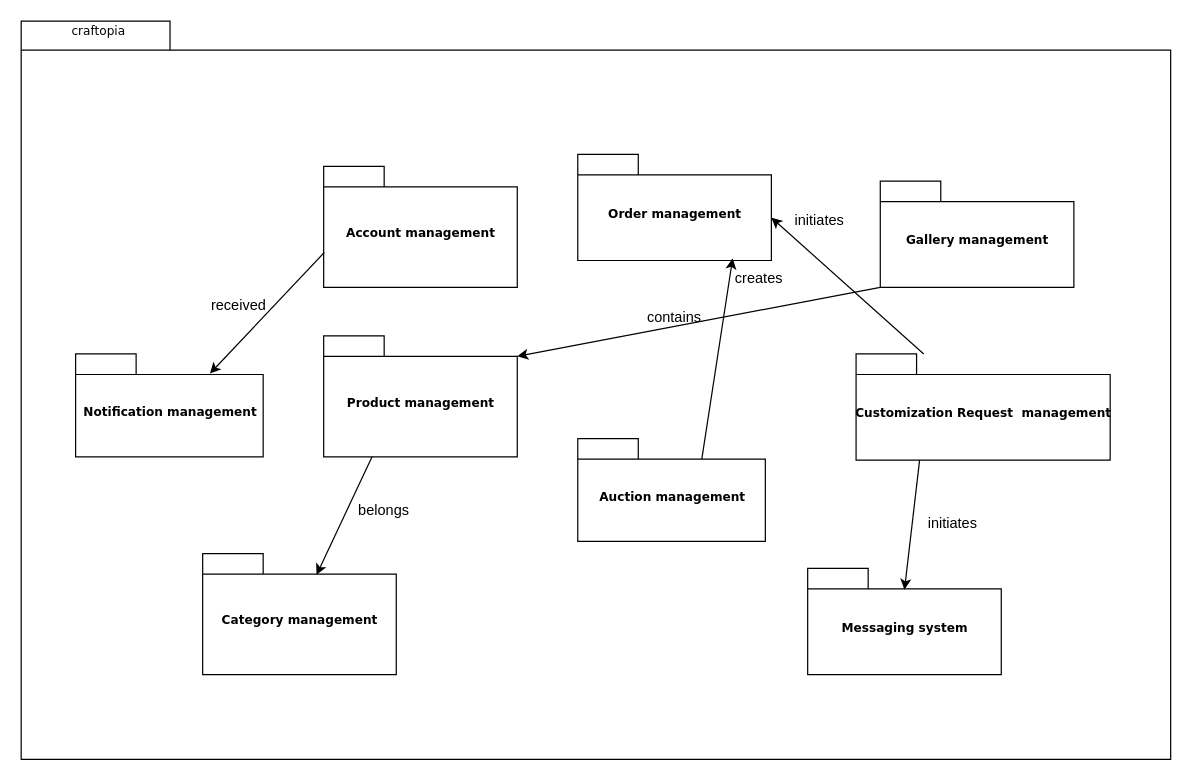
The draw.io diagram Decomposition/Controller.drawio in alibedair/Graduation-Project, before the edit. Source tidied: cells renumbered, new cells numbered last; positions are measured from the earlier drawing's top-left corner, leaving out a move shared by most shapes. Both pictures are drawn from the tidied source at 121%, with x=0, y=0 at pixel (21, 21).
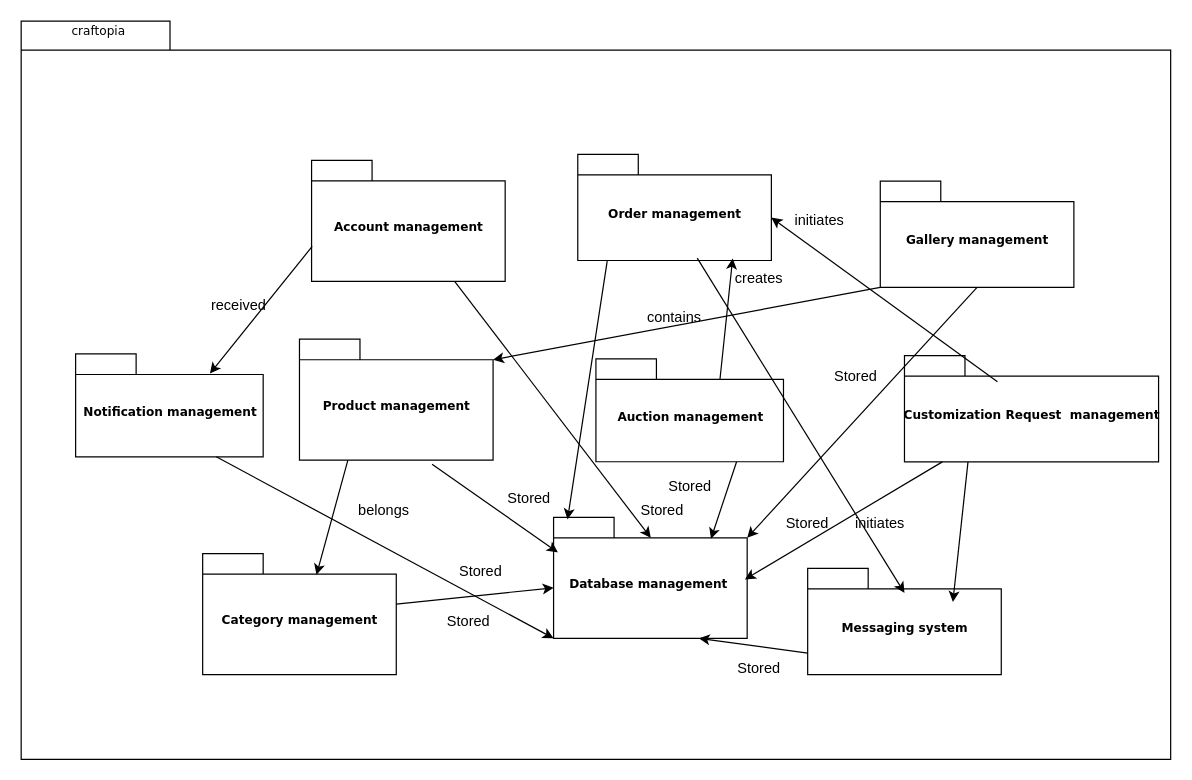
Above is the later version.

The change refers to these unchanged cells:
```xml
<mxCell id="5" value="Order management" style="shape=folder;fontStyle=1;spacingTop=10;tabWidth=50;tabHeight=17;tabPosition=left;html=1;rounded=0;shadow=0;comic=0;labelBackgroundColor=none;strokeColor=#000000;strokeWidth=1;fillColor=#ffffff;fontFamily=Verdana;fontSize=10;fontColor=#000000;align=center;" parent="1" vertex="1">
  <mxGeometry x="460" y="110" width="160" height="87.8" as="geometry" />
</mxCell>
<mxCell id="8" value="Gallery management" style="shape=folder;fontStyle=1;spacingTop=10;tabWidth=50;tabHeight=17;tabPosition=left;html=1;rounded=0;shadow=0;comic=0;labelBackgroundColor=none;strokeColor=#000000;strokeWidth=1;fillColor=#ffffff;fontFamily=Verdana;fontSize=10;fontColor=#000000;align=center;" parent="1" vertex="1">
  <mxGeometry x="710" y="132.2" width="160" height="87.8" as="geometry" />
</mxCell>
<mxCell id="10" value="Category management" style="shape=folder;fontStyle=1;spacingTop=10;tabWidth=50;tabHeight=17;tabPosition=left;html=1;rounded=0;shadow=0;comic=0;labelBackgroundColor=none;strokeColor=#000000;strokeWidth=1;fillColor=#ffffff;fontFamily=Verdana;fontSize=10;fontColor=#000000;align=center;" parent="1" vertex="1">
  <mxGeometry x="150" y="440" width="160" height="100" as="geometry" />
</mxCell>
<mxCell id="11" value="Notification management" style="shape=folder;fontStyle=1;spacingTop=10;tabWidth=50;tabHeight=17;tabPosition=left;html=1;rounded=0;shadow=0;comic=0;labelBackgroundColor=none;strokeColor=#000000;strokeWidth=1;fillColor=#ffffff;fontFamily=Verdana;fontSize=10;fontColor=#000000;align=center;" parent="1" vertex="1">
  <mxGeometry x="45" y="275" width="155" height="85" as="geometry" />
</mxCell>
<mxCell id="12" value="Messaging system" style="shape=folder;fontStyle=1;spacingTop=10;tabWidth=50;tabHeight=17;tabPosition=left;html=1;rounded=0;shadow=0;comic=0;labelBackgroundColor=none;strokeColor=#000000;strokeWidth=1;fillColor=#ffffff;fontFamily=Verdana;fontSize=10;fontColor=#000000;align=center;" parent="1" vertex="1">
  <mxGeometry x="650" y="452.2" width="160" height="87.8" as="geometry" />
</mxCell>
```

The edit, as a diff of the source:
```diff
@@
     <mxCell id="3" value="Account management" style="shape=folder;fontStyle=1;spacingTop=10;tabWidth=50;tabHeight=17;tabPosition=left;html=1;rounded=0;shadow=0;comic=0;labelBackgroundColor=none;strokeColor=#000000;strokeWidth=1;fillColor=#ffffff;fontFamily=Verdana;fontSize=10;fontColor=#000000;align=center;" parent="1" vertex="1">
-      <mxGeometry x="250" y="120" width="160" height="100" as="geometry" />
+      <mxGeometry x="240" y="115" width="160" height="100" as="geometry" />
     </mxCell>
     <mxCell id="4" value="Product management" style="shape=folder;fontStyle=1;spacingTop=10;tabWidth=50;tabHeight=17;tabPosition=left;html=1;rounded=0;shadow=0;comic=0;labelBackgroundColor=none;strokeColor=#000000;strokeWidth=1;fillColor=#ffffff;fontFamily=Verdana;fontSize=10;fontColor=#000000;align=center;" parent="1" vertex="1">
-      <mxGeometry x="250" y="260" width="160" height="100" as="geometry" />
+      <mxGeometry x="230" y="262.8" width="160" height="100" as="geometry" />
     </mxCell>
@@
     <mxCell id="6" value="Auction management" style="shape=folder;fontStyle=1;spacingTop=10;tabWidth=50;tabHeight=17;tabPosition=left;html=1;rounded=0;shadow=0;comic=0;labelBackgroundColor=none;strokeColor=#000000;strokeWidth=1;fillColor=#ffffff;fontFamily=Verdana;fontSize=10;fontColor=#000000;align=center;" parent="1" vertex="1">
-      <mxGeometry x="460" y="345" width="155" height="85" as="geometry" />
+      <mxGeometry x="475" y="279.1" width="155" height="85" as="geometry" />
     </mxCell>
@@
     <mxCell id="9" value="Customization Request&amp;nbsp; management" style="shape=folder;fontStyle=1;spacingTop=10;tabWidth=50;tabHeight=17;tabPosition=left;html=1;rounded=0;shadow=0;comic=0;labelBackgroundColor=none;strokeColor=#000000;strokeWidth=1;fillColor=#ffffff;fontFamily=Verdana;fontSize=10;fontColor=#000000;align=center;" parent="1" vertex="1">
-      <mxGeometry x="690" y="275" width="210" height="87.8" as="geometry" />
+      <mxGeometry x="730" y="276.4" width="210" height="87.8" as="geometry" />
     </mxCell>
@@
-    <mxCell id="19" style="endArrow=classic;html=1;rounded=0;exitX=0.25;exitY=1;exitDx=0;exitDy=0;exitPerimeter=0;entryX=0.5;entryY=0.202;entryDx=0;entryDy=0;entryPerimeter=0;" parent="1" edge="1" source="9" target="12">
+    <mxCell id="19" style="endArrow=classic;html=1;rounded=0;exitX=0.25;exitY=1;exitDx=0;exitDy=0;exitPerimeter=0;entryX=0.75;entryY=0.316;entryDx=0;entryDy=0;entryPerimeter=0;" parent="1" edge="1" source="9" target="12">
       <mxGeometry relative="1" as="geometry" />
     </mxCell>
     <mxCell id="20" value="initiates" style="text;html=1;align=center;verticalAlign=middle;whiteSpace=wrap;rounded=0;" parent="1" vertex="1">
-      <mxGeometry x="740" y="400" width="60" height="30" as="geometry" />
+      <mxGeometry x="680" y="400" width="60" height="30" as="geometry" />
     </mxCell>
@@
-    <mxCell id="23" style="endArrow=classic;html=1;rounded=0;entryX=0;entryY=0;entryDx=160;entryDy=52.375;entryPerimeter=0;" parent="1" edge="1" source="9" target="5">
+    <mxCell id="23" style="endArrow=classic;html=1;rounded=0;entryX=0;entryY=0;entryDx=160;entryDy=52.375;entryPerimeter=0;exitX=0.366;exitY=0.246;exitDx=0;exitDy=0;exitPerimeter=0;" parent="1" edge="1" source="9" target="5">
       <mxGeometry relative="1" as="geometry" />
     </mxCell>
@@
+    <mxCell id="25" value="Database management&amp;nbsp;" style="shape=folder;fontStyle=1;spacingTop=10;tabWidth=50;tabHeight=17;tabPosition=left;html=1;rounded=0;shadow=0;comic=0;labelBackgroundColor=none;strokeColor=#000000;strokeWidth=1;fillColor=#ffffff;fontFamily=Verdana;fontSize=10;fontColor=#000000;align=center;" parent="1" vertex="1">
+      <mxGeometry x="440" y="410" width="160" height="100" as="geometry" />
+    </mxCell>
+    <mxCell id="26" style="endArrow=classic;html=1;rounded=0;entryX=0.502;entryY=0.17;entryDx=0;entryDy=0;entryPerimeter=0;" parent="1" edge="1" source="3" target="25">
+      <mxGeometry relative="1" as="geometry" />
+    </mxCell>
+    <mxCell id="27" value="Stored" style="text;html=1;align=center;verticalAlign=middle;whiteSpace=wrap;rounded=0;" parent="1" vertex="1">
+      <mxGeometry x="390" y="380" width="60" height="30" as="geometry" />
+    </mxCell>
+    <mxCell id="28" style="endArrow=classic;html=1;rounded=0;entryX=0.813;entryY=0.178;entryDx=0;entryDy=0;entryPerimeter=0;exitX=0.75;exitY=1;exitDx=0;exitDy=0;exitPerimeter=0;" parent="1" edge="1" source="6" target="25">
+      <mxGeometry relative="1" as="geometry" />
+    </mxCell>
+    <mxCell id="29" style="endArrow=classic;html=1;rounded=0;entryX=0.988;entryY=0.514;entryDx=0;entryDy=0;entryPerimeter=0;" parent="1" edge="1" source="9" target="25">
+      <mxGeometry relative="1" as="geometry" />
+    </mxCell>
+    <mxCell id="30" style="endArrow=classic;html=1;rounded=0;entryX=0.5;entryY=0.232;entryDx=0;entryDy=0;entryPerimeter=0;exitX=0.617;exitY=0.978;exitDx=0;exitDy=0;exitPerimeter=0;" parent="1" edge="1" source="5" target="12">
+      <mxGeometry relative="1" as="geometry" />
+    </mxCell>
+    <mxCell id="31" style="endArrow=classic;html=1;rounded=0;" parent="1" edge="1" source="10" target="25">
+      <mxGeometry relative="1" as="geometry" />
+    </mxCell>
+    <mxCell id="32" style="endArrow=classic;html=1;rounded=0;entryX=0.022;entryY=0.29;entryDx=0;entryDy=0;entryPerimeter=0;exitX=0.685;exitY=1.034;exitDx=0;exitDy=0;exitPerimeter=0;" parent="1" edge="1" source="4" target="25">
+      <mxGeometry relative="1" as="geometry" />
+    </mxCell>
+    <mxCell id="33" style="endArrow=classic;html=1;rounded=0;entryX=0.75;entryY=1;entryDx=0;entryDy=0;entryPerimeter=0;exitX=0;exitY=0;exitDx=0;exitDy=70.0625;exitPerimeter=0;" parent="1" edge="1" source="12" target="25">
+      <mxGeometry relative="1" as="geometry" />
+    </mxCell>
+    <mxCell id="34" style="endArrow=classic;html=1;rounded=0;exitX=0.152;exitY=1.005;exitDx=0;exitDy=0;exitPerimeter=0;entryX=0.072;entryY=0.018;entryDx=0;entryDy=0;entryPerimeter=0;" parent="1" edge="1" source="5" target="25">
+      <mxGeometry relative="1" as="geometry" />
+    </mxCell>
+    <mxCell id="35" style="endArrow=classic;html=1;rounded=0;entryX=0;entryY=0;entryDx=160;entryDy=17;entryPerimeter=0;exitX=0.5;exitY=1;exitDx=0;exitDy=0;exitPerimeter=0;" parent="1" edge="1" source="8" target="25">
+      <mxGeometry relative="1" as="geometry" />
+    </mxCell>
+    <mxCell id="36" style="endArrow=classic;html=1;rounded=0;exitX=0.75;exitY=1;exitDx=0;exitDy=0;exitPerimeter=0;entryX=0;entryY=0;entryDx=0;entryDy=100;entryPerimeter=0;" parent="1" edge="1" source="11" target="25">
+      <mxGeometry relative="1" as="geometry" />
+    </mxCell>
+    <mxCell id="37" value="Stored" style="text;html=1;align=center;verticalAlign=middle;whiteSpace=wrap;rounded=0;" parent="1" vertex="1">
+      <mxGeometry x="340" y="481.1" width="60" height="30" as="geometry" />
+    </mxCell>
+    <mxCell id="38" value="Stored" style="text;html=1;align=center;verticalAlign=middle;whiteSpace=wrap;rounded=0;" parent="1" vertex="1">
+      <mxGeometry x="350" y="440" width="60" height="30" as="geometry" />
+    </mxCell>
+    <mxCell id="39" value="Stored" style="text;html=1;align=center;verticalAlign=middle;whiteSpace=wrap;rounded=0;" parent="1" vertex="1">
+      <mxGeometry x="500" y="390" width="60" height="30" as="geometry" />
+    </mxCell>
+    <mxCell id="40" value="Stored" style="text;html=1;align=center;verticalAlign=middle;whiteSpace=wrap;rounded=0;" parent="1" vertex="1">
+      <mxGeometry x="580" y="520" width="60" height="30" as="geometry" />
+    </mxCell>
+    <mxCell id="41" value="Stored" style="text;html=1;align=center;verticalAlign=middle;whiteSpace=wrap;rounded=0;" parent="1" vertex="1">
+      <mxGeometry x="620" y="400" width="60" height="30" as="geometry" />
+    </mxCell>
+    <mxCell id="42" value="Stored" style="text;html=1;align=center;verticalAlign=middle;whiteSpace=wrap;rounded=0;" parent="1" vertex="1">
+      <mxGeometry x="660" y="279.1" width="60" height="30" as="geometry" />
+    </mxCell>
+    <mxCell id="43" value="Stored" style="text;html=1;align=center;verticalAlign=middle;whiteSpace=wrap;rounded=0;" parent="1" vertex="1">
+      <mxGeometry x="522.5" y="370" width="60" height="30" as="geometry" />
+    </mxCell>
```
